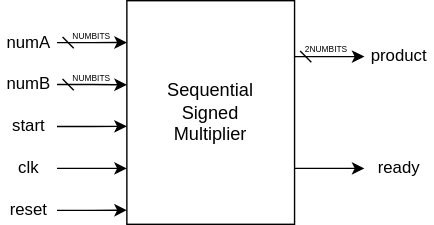
This is Tayyab/SequentialSignedMultiplier/docs/images/top_level_diagram.drawio.svg from medsuet/Xcelerium-IC-Design-Training, a draw.io export, as it was before one commit. Source tidied: cells renumbered, new cells last; positions are measured from the earlier drawing's top-left corner, leaving out a move shared by most shapes. Source of this version:
```xml
<mxGraphModel>
  <root>
    <mxCell id="0" />
    <mxCell id="1" parent="0" />
    <mxCell id="2" style="edgeStyle=orthogonalEdgeStyle;rounded=0;jettySize=auto;html=1;exitX=1;exitY=0.25;exitDx=0;exitDy=0;startArrow=dash;startFill=0;" parent="1" edge="1" source="4" target="14">
      <mxGeometry relative="1" as="geometry" />
    </mxCell>
    <mxCell id="3" style="edgeStyle=orthogonalEdgeStyle;rounded=0;jettySize=auto;html=1;exitX=1;exitY=0.75;exitDx=0;exitDy=0;entryX=0;entryY=0.5;entryDx=0;entryDy=0;" parent="1" edge="1" source="4" target="15">
      <mxGeometry relative="1" as="geometry" />
    </mxCell>
    <mxCell id="4" value="&lt;font style=&quot;font-size: 13px;&quot;&gt;Sequential&lt;/font&gt;&lt;div style=&quot;font-size: 13px;&quot;&gt;&lt;font style=&quot;font-size: 13px;&quot;&gt;Signed&lt;/font&gt;&lt;div style=&quot;&quot;&gt;&lt;font style=&quot;font-size: 13px;&quot;&gt;Multiplier&lt;/font&gt;&lt;/div&gt;&lt;/div&gt;" style="rounded=0;whiteSpace=wrap;html=1;" parent="1" vertex="1">
      <mxGeometry x="90" width="120" height="160" as="geometry" />
    </mxCell>
    <mxCell id="5" style="edgeStyle=orthogonalEdgeStyle;rounded=0;jettySize=auto;html=1;exitX=1;exitY=0.5;exitDx=0;exitDy=0;entryX=0;entryY=0.75;entryDx=0;entryDy=0;" parent="1" edge="1" source="6" target="4">
      <mxGeometry relative="1" as="geometry" />
    </mxCell>
    <mxCell id="6" value="clk" style="text;html=1;align=center;verticalAlign=middle;whiteSpace=wrap;rounded=0;" parent="1" vertex="1">
      <mxGeometry y="110" width="40" height="20" as="geometry" />
    </mxCell>
    <mxCell id="7" value="reset" style="text;html=1;align=center;verticalAlign=middle;whiteSpace=wrap;rounded=0;" parent="1" vertex="1">
      <mxGeometry y="140" width="40" height="20" as="geometry" />
    </mxCell>
    <mxCell id="8" value="numA" style="text;html=1;align=center;verticalAlign=middle;whiteSpace=wrap;rounded=0;" parent="1" vertex="1">
      <mxGeometry y="20" width="40" height="20" as="geometry" />
    </mxCell>
    <mxCell id="9" value="numB" style="text;html=1;align=center;verticalAlign=middle;whiteSpace=wrap;rounded=0;" parent="1" vertex="1">
      <mxGeometry y="50" width="40" height="20" as="geometry" />
    </mxCell>
    <mxCell id="10" style="edgeStyle=orthogonalEdgeStyle;rounded=0;jettySize=auto;html=1;exitX=1;exitY=0.5;exitDx=0;exitDy=0;entryX=0;entryY=0.187;entryDx=0;entryDy=0;entryPerimeter=0;startArrow=dash;startFill=0;" parent="1" edge="1" source="8" target="4">
      <mxGeometry relative="1" as="geometry" />
    </mxCell>
    <mxCell id="11" style="edgeStyle=orthogonalEdgeStyle;rounded=0;jettySize=auto;html=1;exitX=1;exitY=0.5;exitDx=0;exitDy=0;entryX=0;entryY=0.376;entryDx=0;entryDy=0;entryPerimeter=0;startArrow=dash;startFill=0;" parent="1" edge="1" source="9" target="4">
      <mxGeometry relative="1" as="geometry" />
    </mxCell>
    <mxCell id="12" value="start" style="text;html=1;align=center;verticalAlign=middle;whiteSpace=wrap;rounded=0;" parent="1" vertex="1">
      <mxGeometry y="80" width="40" height="20" as="geometry" />
    </mxCell>
    <mxCell id="13" style="edgeStyle=orthogonalEdgeStyle;rounded=0;jettySize=auto;html=1;exitX=1;exitY=0.5;exitDx=0;exitDy=0;entryX=0;entryY=0.562;entryDx=0;entryDy=0;entryPerimeter=0;" parent="1" edge="1" source="12" target="4">
      <mxGeometry relative="1" as="geometry" />
    </mxCell>
    <mxCell id="14" value="product" style="text;html=1;align=center;verticalAlign=middle;whiteSpace=wrap;rounded=0;" parent="1" vertex="1">
      <mxGeometry x="260" y="30" width="50" height="20" as="geometry" />
    </mxCell>
    <mxCell id="15" value="ready" style="text;html=1;align=center;verticalAlign=middle;whiteSpace=wrap;rounded=0;" parent="1" vertex="1">
      <mxGeometry x="260" y="110" width="50" height="20" as="geometry" />
    </mxCell>
    <mxCell id="16" value="&lt;font style=&quot;font-size: 6px;&quot;&gt;NUMBITS&lt;/font&gt;" style="text;html=1;align=center;verticalAlign=middle;whiteSpace=wrap;rounded=0;fontSize=8;" parent="1" vertex="1">
      <mxGeometry x="50" y="20" width="30" height="10" as="geometry" />
    </mxCell>
    <mxCell id="17" style="edgeStyle=orthogonalEdgeStyle;rounded=0;jettySize=auto;html=1;exitX=1;exitY=0.5;exitDx=0;exitDy=0;entryX=0;entryY=0.937;entryDx=0;entryDy=0;entryPerimeter=0;" parent="1" edge="1" source="7" target="4">
      <mxGeometry relative="1" as="geometry" />
    </mxCell>
    <mxCell id="18" value="&lt;font style=&quot;font-size: 6px;&quot;&gt;NUMBITS&lt;/font&gt;" style="text;html=1;align=center;verticalAlign=middle;whiteSpace=wrap;rounded=0;fontSize=8;" parent="1" vertex="1">
      <mxGeometry x="50" y="50" width="30" height="10" as="geometry" />
    </mxCell>
    <mxCell id="19" value="&lt;font style=&quot;font-size: 6px;&quot;&gt;2NUMBITS&lt;/font&gt;" style="text;html=1;align=center;verticalAlign=middle;whiteSpace=wrap;rounded=0;fontSize=8;" parent="1" vertex="1">
      <mxGeometry x="213" y="29" width="40" height="10" as="geometry" />
    </mxCell>
  </root>
</mxGraphModel>
```
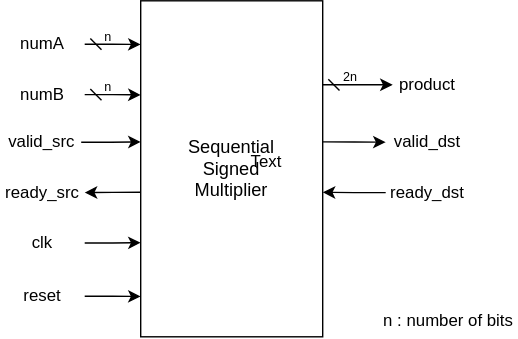
Above is the later version.

Commit message:
Valid/ready interface on sequential signed multiplier

What changed in the source:
```diff
@@ -5,56 +5,74 @@
     <mxCell id="2" style="edgeStyle=orthogonalEdgeStyle;rounded=0;jettySize=auto;html=1;exitX=1;exitY=0.25;exitDx=0;exitDy=0;startArrow=dash;startFill=0;" parent="1" edge="1" source="4" target="14">
       <mxGeometry relative="1" as="geometry" />
     </mxCell>
-    <mxCell id="3" style="edgeStyle=orthogonalEdgeStyle;rounded=0;jettySize=auto;html=1;exitX=1;exitY=0.75;exitDx=0;exitDy=0;entryX=0;entryY=0.5;entryDx=0;entryDy=0;" parent="1" edge="1" source="4" target="15">
-      <mxGeometry relative="1" as="geometry" />
-    </mxCell>
-    <mxCell id="4" value="&lt;font style=&quot;font-size: 13px;&quot;&gt;Sequential&lt;/font&gt;&lt;div style=&quot;font-size: 13px;&quot;&gt;&lt;font style=&quot;font-size: 13px;&quot;&gt;Signed&lt;/font&gt;&lt;div style=&quot;&quot;&gt;&lt;font style=&quot;font-size: 13px;&quot;&gt;Multiplier&lt;/font&gt;&lt;/div&gt;&lt;/div&gt;" style="rounded=0;whiteSpace=wrap;html=1;" parent="1" vertex="1">
-      <mxGeometry x="90" width="120" height="160" as="geometry" />
+    <mxCell id="4" value="&lt;font style=&quot;font-size: 13px;&quot;&gt;Sequential&lt;/font&gt;&lt;div style=&quot;font-size: 13px;&quot;&gt;&lt;font style=&quot;font-size: 13px;&quot;&gt;Signed&lt;/font&gt;&lt;div style=&quot;&quot;&gt;&lt;font style=&quot;font-size: 13px;&quot;&gt;Multiplier&lt;/font&gt;&lt;/div&gt;&lt;/div&gt;" style="rounded=0;whiteSpace=wrap;html=1;points=[[0,0,0,0,0],[0,0.13,0,0,0],[0,0.28,0,0,0],[0,0.42,0,0,0],[0,0.57,0,0,0],[0,0.72,0,0,0],[0,0.88,0,0,0],[0,1,0,0,0],[0.25,0,0,0,0],[0.25,1,0,0,0],[0.5,0,0,0,0],[0.5,1,0,0,0],[0.75,0,0,0,0],[0.75,1,0,0,0],[1,0,0,0,0],[1,0.25,0,0,0],[1,0.42,0,0,0],[1,0.57,0,0,0],[1,1,0,0,0]];" parent="1" vertex="1">
+      <mxGeometry x="90" width="130" height="240" as="geometry" />
     </mxCell>
-    <mxCell id="5" style="edgeStyle=orthogonalEdgeStyle;rounded=0;jettySize=auto;html=1;exitX=1;exitY=0.5;exitDx=0;exitDy=0;entryX=0;entryY=0.75;entryDx=0;entryDy=0;" parent="1" edge="1" source="6" target="4">
-      <mxGeometry relative="1" as="geometry" />
-    </mxCell>
-    <mxCell id="6" value="clk" style="text;html=1;align=center;verticalAlign=middle;whiteSpace=wrap;rounded=0;" parent="1" vertex="1">
-      <mxGeometry y="110" width="40" height="20" as="geometry" />
+    <mxCell id="6" value="valid_src" style="text;html=1;align=center;verticalAlign=middle;whiteSpace=wrap;rounded=0;" parent="1" vertex="1">
+      <mxGeometry x="-7.5" y="91" width="55" height="20" as="geometry" />
     </mxCell>
-    <mxCell id="7" value="reset" style="text;html=1;align=center;verticalAlign=middle;whiteSpace=wrap;rounded=0;" parent="1" vertex="1">
-      <mxGeometry y="140" width="40" height="20" as="geometry" />
+    <mxCell id="7" value="ready_src" style="text;html=1;align=center;verticalAlign=middle;whiteSpace=wrap;rounded=0;" parent="1" vertex="1">
+      <mxGeometry x="-10" y="127" width="60" height="20" as="geometry" />
     </mxCell>
     <mxCell id="8" value="numA" style="text;html=1;align=center;verticalAlign=middle;whiteSpace=wrap;rounded=0;" parent="1" vertex="1">
-      <mxGeometry y="20" width="40" height="20" as="geometry" />
+      <mxGeometry x="-10" y="21" width="60" height="20" as="geometry" />
     </mxCell>
     <mxCell id="9" value="numB" style="text;html=1;align=center;verticalAlign=middle;whiteSpace=wrap;rounded=0;" parent="1" vertex="1">
-      <mxGeometry y="50" width="40" height="20" as="geometry" />
+      <mxGeometry x="-10" y="57" width="60" height="20" as="geometry" />
     </mxCell>
+    <mxCell id="12" value="clk" style="text;html=1;align=center;verticalAlign=middle;whiteSpace=wrap;rounded=0;" parent="1" vertex="1">
+      <mxGeometry x="-10" y="163" width="60" height="20" as="geometry" />
+    </mxCell>
+    <mxCell id="14" value="product" style="text;html=1;align=center;verticalAlign=middle;whiteSpace=wrap;rounded=0;" parent="1" vertex="1">
+      <mxGeometry x="270" y="50" width="50" height="20" as="geometry" />
+    </mxCell>
+    <mxCell id="15" value="valid_dst" style="text;html=1;align=center;verticalAlign=middle;whiteSpace=wrap;rounded=0;" parent="1" vertex="1">
+      <mxGeometry x="265" y="91" width="60" height="20" as="geometry" />
+    </mxCell>
+    <mxCell id="19" value="&lt;font style=&quot;font-size: 9px;&quot;&gt;2n&lt;/font&gt;" style="text;html=1;align=center;verticalAlign=middle;whiteSpace=wrap;rounded=0;fontSize=9;" parent="1" vertex="1">
+      <mxGeometry x="220" y="50" width="40" height="10" as="geometry" />
+    </mxCell>
-    <mxCell id="10" style="edgeStyle=orthogonalEdgeStyle;rounded=0;jettySize=auto;html=1;exitX=1;exitY=0.5;exitDx=0;exitDy=0;entryX=0;entryY=0.187;entryDx=0;entryDy=0;entryPerimeter=0;startArrow=dash;startFill=0;" parent="1" edge="1" source="8" target="4">
+    <mxCell id="10" style="edgeStyle=orthogonalEdgeStyle;rounded=0;jettySize=auto;html=1;exitX=1;exitY=0.5;exitDx=0;exitDy=0;entryX=0;entryY=0.13;entryDx=0;entryDy=0;entryPerimeter=0;startArrow=dash;startFill=0;flowAnimation=0;" parent="1" edge="1" source="8" target="4">
       <mxGeometry relative="1" as="geometry" />
     </mxCell>
-    <mxCell id="11" style="edgeStyle=orthogonalEdgeStyle;rounded=0;jettySize=auto;html=1;exitX=1;exitY=0.5;exitDx=0;exitDy=0;entryX=0;entryY=0.376;entryDx=0;entryDy=0;entryPerimeter=0;startArrow=dash;startFill=0;" parent="1" edge="1" source="9" target="4">
+    <mxCell id="11" style="edgeStyle=orthogonalEdgeStyle;rounded=0;jettySize=auto;html=1;exitX=1;exitY=0.5;exitDx=0;exitDy=0;entryX=0;entryY=0.28;entryDx=0;entryDy=0;entryPerimeter=0;startArrow=dash;startFill=0;flowAnimation=0;" parent="1" edge="1" source="9" target="4">
       <mxGeometry relative="1" as="geometry" />
     </mxCell>
-    <mxCell id="12" value="start" style="text;html=1;align=center;verticalAlign=middle;whiteSpace=wrap;rounded=0;" parent="1" vertex="1">
-      <mxGeometry y="80" width="40" height="20" as="geometry" />
-    </mxCell>
+    <mxCell id="5" style="edgeStyle=orthogonalEdgeStyle;rounded=0;jettySize=auto;html=1;exitX=1;exitY=0.5;exitDx=0;exitDy=0;entryX=0;entryY=0.42;entryDx=0;entryDy=0;entryPerimeter=0;" parent="1" edge="1" source="6" target="4">
+      <mxGeometry relative="1" as="geometry" />
+    </mxCell>
+    <mxCell id="20" style="edgeStyle=orthogonalEdgeStyle;rounded=0;jettySize=auto;html=1;exitX=0;exitY=0.57;exitDx=0;exitDy=0;entryX=1;entryY=0.5;entryDx=0;entryDy=0;exitPerimeter=0;" parent="1" edge="1" source="4" target="7">
+      <mxGeometry relative="1" as="geometry" />
+    </mxCell>
-    <mxCell id="13" style="edgeStyle=orthogonalEdgeStyle;rounded=0;jettySize=auto;html=1;exitX=1;exitY=0.5;exitDx=0;exitDy=0;entryX=0;entryY=0.562;entryDx=0;entryDy=0;entryPerimeter=0;" parent="1" edge="1" source="12" target="4">
+    <mxCell id="13" style="edgeStyle=orthogonalEdgeStyle;rounded=0;jettySize=auto;html=1;exitX=1;exitY=0.5;exitDx=0;exitDy=0;entryX=0;entryY=0.72;entryDx=0;entryDy=0;entryPerimeter=0;" parent="1" edge="1" source="12" target="4">
       <mxGeometry relative="1" as="geometry" />
     </mxCell>
-    <mxCell id="14" value="product" style="text;html=1;align=center;verticalAlign=middle;whiteSpace=wrap;rounded=0;" parent="1" vertex="1">
-      <mxGeometry x="260" y="30" width="50" height="20" as="geometry" />
-    </mxCell>
-    <mxCell id="15" value="ready" style="text;html=1;align=center;verticalAlign=middle;whiteSpace=wrap;rounded=0;" parent="1" vertex="1">
-      <mxGeometry x="260" y="110" width="50" height="20" as="geometry" />
-    </mxCell>
-    <mxCell id="16" value="&lt;font style=&quot;font-size: 6px;&quot;&gt;NUMBITS&lt;/font&gt;" style="text;html=1;align=center;verticalAlign=middle;whiteSpace=wrap;rounded=0;fontSize=8;" parent="1" vertex="1">
-      <mxGeometry x="50" y="20" width="30" height="10" as="geometry" />
-    </mxCell>
-    <mxCell id="17" style="edgeStyle=orthogonalEdgeStyle;rounded=0;jettySize=auto;html=1;exitX=1;exitY=0.5;exitDx=0;exitDy=0;entryX=0;entryY=0.937;entryDx=0;entryDy=0;entryPerimeter=0;" parent="1" edge="1" source="7" target="4">
-      <mxGeometry relative="1" as="geometry" />
-    </mxCell>
-    <mxCell id="18" value="&lt;font style=&quot;font-size: 6px;&quot;&gt;NUMBITS&lt;/font&gt;" style="text;html=1;align=center;verticalAlign=middle;whiteSpace=wrap;rounded=0;fontSize=8;" parent="1" vertex="1">
-      <mxGeometry x="50" y="50" width="30" height="10" as="geometry" />
-    </mxCell>
-    <mxCell id="19" value="&lt;font style=&quot;font-size: 6px;&quot;&gt;2NUMBITS&lt;/font&gt;" style="text;html=1;align=center;verticalAlign=middle;whiteSpace=wrap;rounded=0;fontSize=8;" parent="1" vertex="1">
-      <mxGeometry x="213" y="29" width="40" height="10" as="geometry" />
-    </mxCell>
+    <mxCell id="21" value="reset" style="text;html=1;align=center;verticalAlign=middle;whiteSpace=wrap;rounded=0;" parent="1" vertex="1">
+      <mxGeometry x="-10" y="201" width="60" height="20" as="geometry" />
+    </mxCell>
+    <mxCell id="22" style="edgeStyle=orthogonalEdgeStyle;rounded=0;jettySize=auto;html=1;exitX=1;exitY=0.5;exitDx=0;exitDy=0;entryX=0;entryY=0.88;entryDx=0;entryDy=0;entryPerimeter=0;" parent="1" edge="1" source="21" target="4">
+      <mxGeometry relative="1" as="geometry" />
+    </mxCell>
+    <mxCell id="3" style="edgeStyle=orthogonalEdgeStyle;rounded=0;jettySize=auto;html=1;exitX=1;exitY=0.42;exitDx=0;exitDy=0;exitPerimeter=0;" parent="1" edge="1" source="4" target="15">
+      <mxGeometry relative="1" as="geometry" />
+    </mxCell>
+    <mxCell id="23" value="ready_dst" style="text;html=1;align=center;verticalAlign=middle;whiteSpace=wrap;rounded=0;" parent="1" vertex="1">
+      <mxGeometry x="265" y="127" width="60" height="20" as="geometry" />
+    </mxCell>
+    <mxCell id="24" style="edgeStyle=orthogonalEdgeStyle;rounded=0;jettySize=auto;html=1;exitX=0;exitY=0.5;exitDx=0;exitDy=0;entryX=1;entryY=0.57;entryDx=0;entryDy=0;entryPerimeter=0;" parent="1" edge="1" source="23" target="4">
+      <mxGeometry relative="1" as="geometry" />
+    </mxCell>
+    <mxCell id="25" value="&lt;font style=&quot;font-size: 9px;&quot;&gt;n&lt;/font&gt;" style="text;html=1;align=center;verticalAlign=middle;whiteSpace=wrap;rounded=0;fontSize=9;" parent="1" vertex="1">
+      <mxGeometry x="47.5" y="21" width="40" height="10" as="geometry" />
+    </mxCell>
+    <mxCell id="26" value="&lt;font style=&quot;font-size: 9px;&quot;&gt;n&lt;/font&gt;" style="text;html=1;align=center;verticalAlign=middle;whiteSpace=wrap;rounded=0;fontSize=9;" parent="1" vertex="1">
+      <mxGeometry x="47.5" y="57" width="40" height="10" as="geometry" />
+    </mxCell>
+    <mxCell id="27" value="Text" style="text;html=1;align=center;verticalAlign=middle;whiteSpace=wrap;rounded=0;" parent="1" vertex="1">
+      <mxGeometry x="150" y="100" width="60" height="30" as="geometry" />
+    </mxCell>
+    <mxCell id="28" value="n : number of bits" style="text;html=1;align=center;verticalAlign=middle;whiteSpace=wrap;rounded=0;" parent="1" vertex="1">
+      <mxGeometry x="260" y="217" width="100" height="23" as="geometry" />
+    </mxCell>
   </root>
 </mxGraphModel>
```
